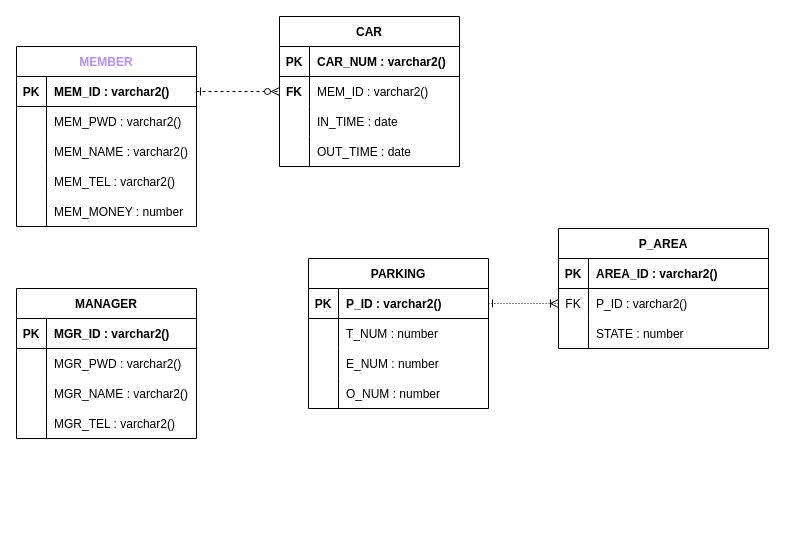
The draw.io diagram page "ERD" (2 of 3) of docs/Diagram.drawio in 4rangKim/FinalProject, before the edit. Source tidied: cells renumbered, new cells numbered last; positions are measured from the earlier drawing's top-left corner, leaving out a move shared by most shapes. Both pictures are drawn from the tidied source at 100%, with x=0, y=0 at pixel (16, 16).
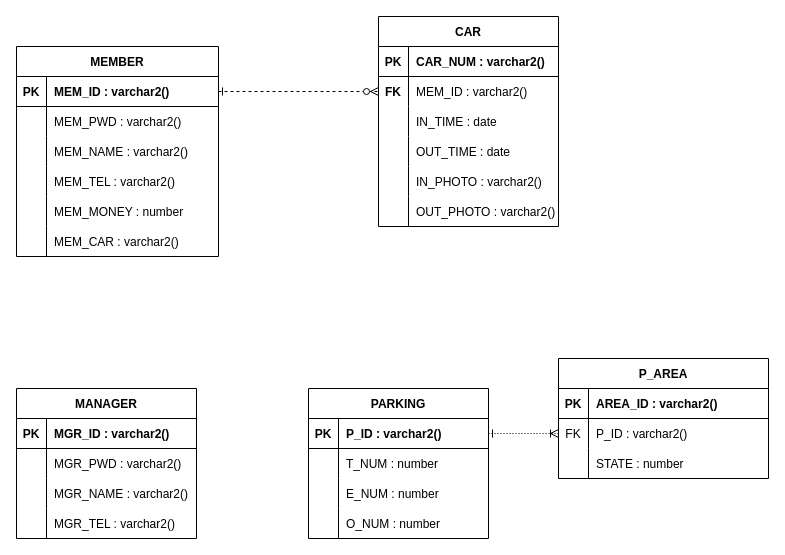
Above is the later version.

What changed in the source:
```diff
@@
     <mxCell id="2" value="CAR" style="shape=table;startSize=30;childLayout=tableLayout;rowLines=0;fontStyle=1;align=center;" parent="1" vertex="1">
-      <mxGeometry x="263" width="180" height="150" as="geometry" />
+      <mxGeometry x="362" width="180" height="210" as="geometry" />
     </mxCell>
@@
+    <mxCell id="69" style="shape=partialRectangle;fillColor=none;top=0;left=0;bottom=0;right=0;" parent="2" vertex="1">
+      <mxGeometry y="150" width="180" height="30" as="geometry" />
+    </mxCell>
+    <mxCell id="70" style="shape=partialRectangle;fillColor=none;top=0;left=0;bottom=0;right=0;overflow=hidden;" parent="69" vertex="1">
+      <mxGeometry width="30" height="30" as="geometry" />
+    </mxCell>
+    <mxCell id="71" value="IN_PHOTO : varchar2()" style="shape=partialRectangle;fillColor=none;top=0;left=0;bottom=0;right=0;align=left;spacingLeft=6;overflow=hidden;" parent="69" vertex="1">
+      <mxGeometry x="30" width="150" height="30" as="geometry" />
+    </mxCell>
+    <mxCell id="72" style="shape=partialRectangle;fillColor=none;top=0;left=0;bottom=0;right=0;" parent="2" vertex="1">
+      <mxGeometry y="180" width="180" height="30" as="geometry" />
+    </mxCell>
+    <mxCell id="73" style="shape=partialRectangle;fillColor=none;top=0;left=0;bottom=0;right=0;overflow=hidden;" parent="72" vertex="1">
+      <mxGeometry width="30" height="30" as="geometry" />
+    </mxCell>
+    <mxCell id="74" value="OUT_PHOTO : varchar2()" style="shape=partialRectangle;fillColor=none;top=0;left=0;bottom=0;right=0;align=left;spacingLeft=6;overflow=hidden;" parent="72" vertex="1">
+      <mxGeometry x="30" width="150" height="30" as="geometry" />
+    </mxCell>
-    <mxCell id="15" value="MEMBER" style="shape=table;startSize=30;childLayout=tableLayout;rowLines=0;fontStyle=1;align=center;fontColor=#B08FFF;" parent="1" vertex="1">
-      <mxGeometry y="30" width="180" height="180" as="geometry" />
+    <mxCell id="15" value="MEMBER" style="shape=table;startSize=30;childLayout=tableLayout;rowLines=0;fontStyle=1;align=center;fontColor=#000000;" parent="1" vertex="1">
+      <mxGeometry y="30" width="202" height="210" as="geometry" />
     </mxCell>
     <mxCell id="16" style="shape=partialRectangle;fillColor=none;top=0;left=0;bottom=1;right=0;points=[[0,0.5],[1,0.5]];portConstraint=eastwest;" parent="15" vertex="1">
-      <mxGeometry y="30" width="180" height="30" as="geometry" />
+      <mxGeometry y="30" width="202" height="30" as="geometry" />
     </mxCell>
@@
     <mxCell id="18" value="MEM_ID : varchar2()" style="shape=partialRectangle;fillColor=none;top=0;left=0;bottom=0;right=0;align=left;spacingLeft=6;fontStyle=1;overflow=hidden;" parent="16" vertex="1">
-      <mxGeometry x="30" width="150" height="30" as="geometry" />
+      <mxGeometry x="30" width="172" height="30" as="geometry" />
     </mxCell>
     <mxCell id="19" style="shape=partialRectangle;fillColor=none;top=0;left=0;bottom=0;right=0;" parent="15" vertex="1">
-      <mxGeometry y="60" width="180" height="30" as="geometry" />
+      <mxGeometry y="60" width="202" height="30" as="geometry" />
     </mxCell>
@@
     <mxCell id="21" value="MEM_PWD : varchar2()" style="shape=partialRectangle;fillColor=none;top=0;left=0;bottom=0;right=0;align=left;spacingLeft=6;overflow=hidden;" parent="19" vertex="1">
-      <mxGeometry x="30" width="150" height="30" as="geometry" />
+      <mxGeometry x="30" width="172" height="30" as="geometry" />
     </mxCell>
     <mxCell id="22" style="shape=partialRectangle;fillColor=none;top=0;left=0;bottom=0;right=0;" parent="15" vertex="1">
-      <mxGeometry y="90" width="180" height="30" as="geometry" />
+      <mxGeometry y="90" width="202" height="30" as="geometry" />
     </mxCell>
@@
     <mxCell id="24" value="MEM_NAME : varchar2()" style="shape=partialRectangle;fillColor=none;top=0;left=0;bottom=0;right=0;align=left;spacingLeft=6;overflow=hidden;" parent="22" vertex="1">
-      <mxGeometry x="30" width="150" height="30" as="geometry" />
+      <mxGeometry x="30" width="172" height="30" as="geometry" />
     </mxCell>
     <mxCell id="25" style="shape=partialRectangle;fillColor=none;top=0;left=0;bottom=0;right=0;" parent="15" vertex="1">
-      <mxGeometry y="120" width="180" height="30" as="geometry" />
+      <mxGeometry y="120" width="202" height="30" as="geometry" />
     </mxCell>
@@
     <mxCell id="27" value="MEM_TEL : varchar2()" style="shape=partialRectangle;fillColor=none;top=0;left=0;bottom=0;right=0;align=left;spacingLeft=6;overflow=hidden;" parent="25" vertex="1">
-      <mxGeometry x="30" width="150" height="30" as="geometry" />
+      <mxGeometry x="30" width="172" height="30" as="geometry" />
     </mxCell>
     <mxCell id="28" style="shape=partialRectangle;fillColor=none;top=0;left=0;bottom=0;right=0;" parent="15" vertex="1">
-      <mxGeometry y="150" width="180" height="30" as="geometry" />
+      <mxGeometry y="150" width="202" height="30" as="geometry" />
     </mxCell>
@@
     <mxCell id="30" value="MEM_MONEY : number" style="shape=partialRectangle;fillColor=none;top=0;left=0;bottom=0;right=0;align=left;spacingLeft=6;overflow=hidden;" parent="28" vertex="1">
-      <mxGeometry x="30" width="150" height="30" as="geometry" />
+      <mxGeometry x="30" width="172" height="30" as="geometry" />
     </mxCell>
+    <mxCell id="75" style="shape=partialRectangle;fillColor=none;top=0;left=0;bottom=0;right=0;" parent="15" vertex="1">
+      <mxGeometry y="180" width="202" height="30" as="geometry" />
+    </mxCell>
+    <mxCell id="76" style="shape=partialRectangle;fillColor=none;top=0;left=0;bottom=0;right=0;overflow=hidden;" parent="75" vertex="1">
+      <mxGeometry width="30" height="30" as="geometry" />
+    </mxCell>
+    <mxCell id="77" value="MEM_CAR : varchar2()" style="shape=partialRectangle;fillColor=none;top=0;left=0;bottom=0;right=0;align=left;spacingLeft=6;overflow=hidden;" parent="75" vertex="1">
+      <mxGeometry x="30" width="172" height="30" as="geometry" />
+    </mxCell>
     <mxCell id="31" value="MANAGER" style="shape=table;startSize=30;childLayout=tableLayout;rowLines=0;fontStyle=1;align=center;" parent="1" vertex="1">
-      <mxGeometry y="272" width="180" height="150" as="geometry" />
+      <mxGeometry y="372" width="180" height="150" as="geometry" />
     </mxCell>
@@
     <mxCell id="45" value="PARKING" style="shape=table;startSize=30;childLayout=tableLayout;rowLines=0;fontStyle=1;align=center;" parent="1" vertex="1">
-      <mxGeometry x="292" y="242" width="180" height="150" as="geometry" />
+      <mxGeometry x="292" y="372" width="180" height="150" as="geometry" />
     </mxCell>
@@
     <mxCell id="58" value="P_AREA" style="shape=table;startSize=30;childLayout=tableLayout;rowLines=0;fontStyle=1;align=center;" parent="1" vertex="1">
-      <mxGeometry x="542" y="212" width="210" height="120" as="geometry" />
+      <mxGeometry x="542" y="342" width="210" height="120" as="geometry" />
     </mxCell>
```
